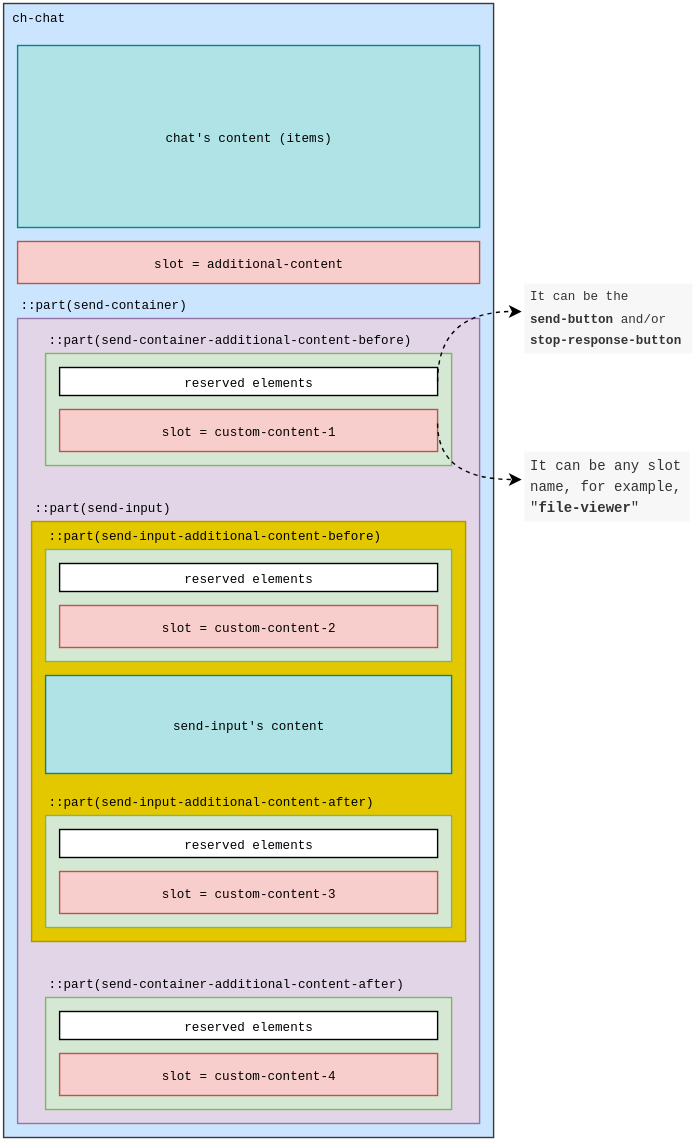
Before: src/components/chat/ch-chat-layout.svg, a diagram exported from draw.io (genexuslabs/chameleon-controls-library). Source tidied: cells renumbered, new cells last; positions are measured from the earlier drawing's top-left corner, leaving out a move shared by most shapes.
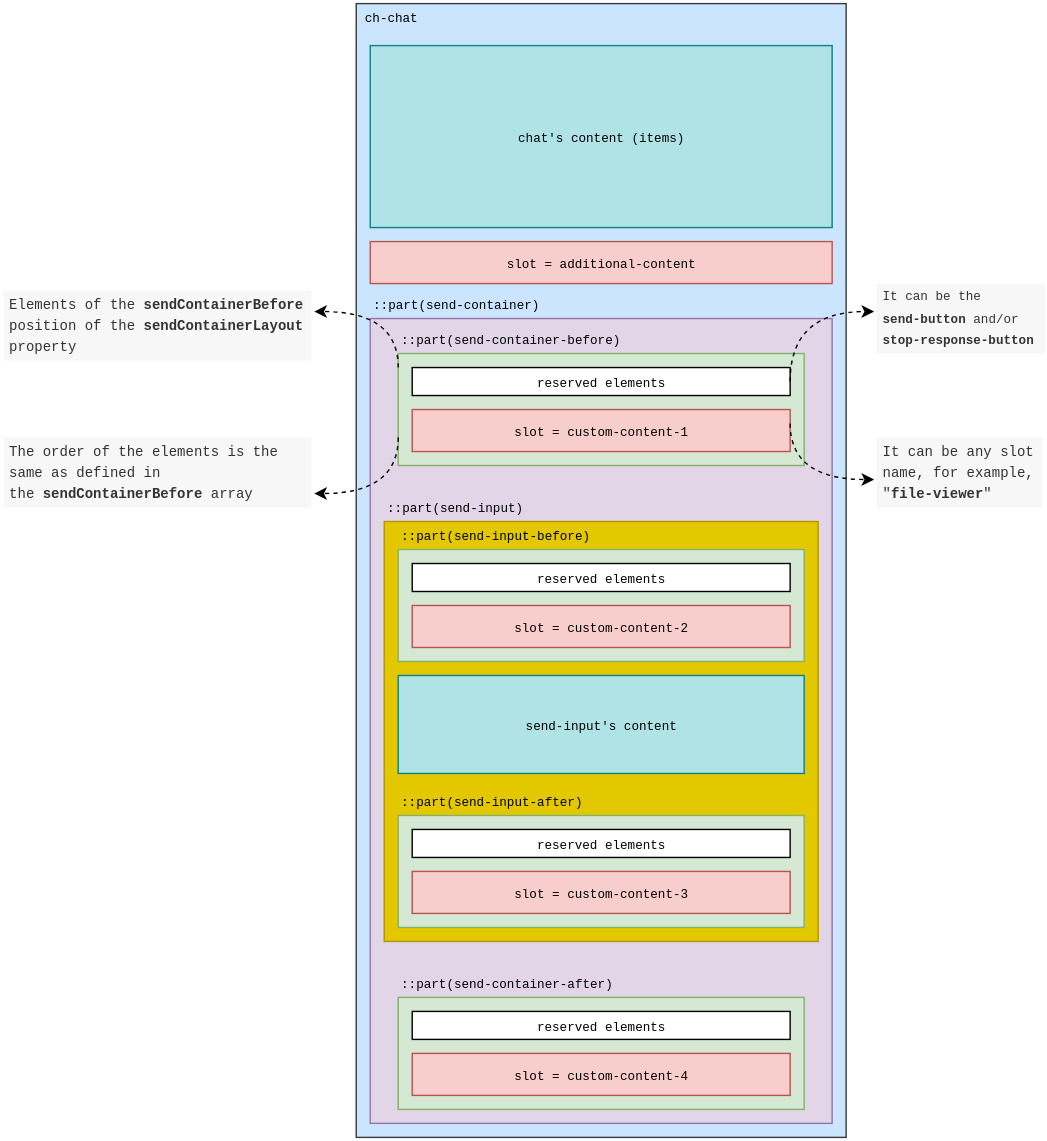
Later version of the same file.

Diff of the diagram source:
```diff
@@ -38,7 +38,7 @@
     <mxCell id="13" style="rounded=0;whiteSpace=wrap;html=1;fillColor=#d5e8d4;strokeColor=#82b366;" parent="12" vertex="1">
       <mxGeometry y="20" width="290" height="80" as="geometry" />
     </mxCell>
-    <mxCell id="14" value="&lt;font style=&quot;font-size: 9px;&quot; face=&quot;monospace&quot;&gt;::part(send-container-additional-content-before)&lt;/font&gt;" style="text;html=1;align=left;verticalAlign=middle;whiteSpace=wrap;rounded=0;fontSize=10;" parent="12" vertex="1">
+    <mxCell id="14" value="&lt;font style=&quot;font-size: 9px;&quot; face=&quot;monospace&quot;&gt;::part(send-container-before)&lt;/font&gt;" style="text;html=1;align=left;verticalAlign=middle;whiteSpace=wrap;rounded=0;fontSize=10;" parent="12" vertex="1">
       <mxGeometry width="270" height="20" as="geometry" />
     </mxCell>
     <mxCell id="15" style="rounded=0;whiteSpace=wrap;html=1;" parent="12" vertex="1">
@@ -59,7 +59,7 @@
     <mxCell id="20" style="rounded=0;whiteSpace=wrap;html=1;fillColor=#d5e8d4;strokeColor=#82b366;" parent="19" vertex="1">
       <mxGeometry y="20" width="290" height="80" as="geometry" />
     </mxCell>
-    <mxCell id="21" value="&lt;font style=&quot;font-size: 9px;&quot; face=&quot;monospace&quot;&gt;::part(send-input-additional-content-before)&lt;/font&gt;" style="text;html=1;align=left;verticalAlign=middle;whiteSpace=wrap;rounded=0;fontSize=10;" parent="19" vertex="1">
+    <mxCell id="21" value="&lt;font style=&quot;font-size: 9px;&quot; face=&quot;monospace&quot;&gt;::part(send-input-before)&lt;/font&gt;" style="text;html=1;align=left;verticalAlign=middle;whiteSpace=wrap;rounded=0;fontSize=10;" parent="19" vertex="1">
       <mxGeometry width="270" height="20" as="geometry" />
     </mxCell>
     <mxCell id="22" style="rounded=0;whiteSpace=wrap;html=1;" parent="19" vertex="1">
@@ -80,7 +80,7 @@
     <mxCell id="27" style="rounded=0;whiteSpace=wrap;html=1;fillColor=#d5e8d4;strokeColor=#82b366;" parent="26" vertex="1">
       <mxGeometry y="20" width="290" height="80" as="geometry" />
     </mxCell>
-    <mxCell id="28" value="&lt;font style=&quot;font-size: 9px;&quot; face=&quot;monospace&quot;&gt;::part(send-input-additional-content-after)&lt;/font&gt;" style="text;html=1;align=left;verticalAlign=middle;whiteSpace=wrap;rounded=0;fontSize=10;" parent="26" vertex="1">
+    <mxCell id="28" value="&lt;font style=&quot;font-size: 9px;&quot; face=&quot;monospace&quot;&gt;::part(send-input-after)&lt;/font&gt;" style="text;html=1;align=left;verticalAlign=middle;whiteSpace=wrap;rounded=0;fontSize=10;" parent="26" vertex="1">
       <mxGeometry width="270" height="20" as="geometry" />
     </mxCell>
     <mxCell id="29" style="rounded=0;whiteSpace=wrap;html=1;" parent="26" vertex="1">
@@ -101,7 +101,7 @@
     <mxCell id="34" style="rounded=0;whiteSpace=wrap;html=1;fillColor=#d5e8d4;strokeColor=#82b366;" parent="33" vertex="1">
       <mxGeometry y="20" width="290" height="80" as="geometry" />
     </mxCell>
-    <mxCell id="35" value="&lt;font style=&quot;font-size: 9px;&quot; face=&quot;monospace&quot;&gt;::part(send-container-additional-content-after)&lt;/font&gt;" style="text;html=1;align=left;verticalAlign=middle;whiteSpace=wrap;rounded=0;fontSize=10;" parent="33" vertex="1">
+    <mxCell id="35" value="&lt;font style=&quot;font-size: 9px;&quot; face=&quot;monospace&quot;&gt;::part(send-container-after)&lt;/font&gt;" style="text;html=1;align=left;verticalAlign=middle;whiteSpace=wrap;rounded=0;fontSize=10;" parent="33" vertex="1">
       <mxGeometry width="270" height="20" as="geometry" />
     </mxCell>
     <mxCell id="36" style="rounded=0;whiteSpace=wrap;html=1;" parent="33" vertex="1">
@@ -129,7 +129,7 @@
       </mxGeometry>
     </mxCell>
     <mxCell id="42" value="&lt;font size=&quot;1&quot; face=&quot;monospace&quot;&gt;It can be any slot name, for example,&lt;/font&gt;&lt;div&gt;&lt;font size=&quot;1&quot; face=&quot;monospace&quot;&gt;&quot;&lt;b&gt;file-viewer&lt;/b&gt;&quot;&lt;/font&gt;&lt;/div&gt;" style="text;html=1;align=left;verticalAlign=middle;whiteSpace=wrap;rounded=0;spacing=2;fillColor=#f5f5f5;fontColor=light-dark(#333333,#FFFFFF);strokeColor=none;spacingRight=2;spacingLeft=2;fillOpacity=80;spacingTop=-2;" parent="1" vertex="1">
-      <mxGeometry x="372" y="320" width="118" height="50" as="geometry" />
+      <mxGeometry x="372" y="310" width="118" height="50" as="geometry" />
     </mxCell>
     <mxCell id="43" style="curved=1;endArrow=classic;html=1;rounded=0;dashed=1;" parent="1" edge="1">
       <mxGeometry relative="1" as="geometry">
@@ -140,5 +140,29 @@
         </Array>
       </mxGeometry>
     </mxCell>
+    <mxCell id="44" style="curved=1;endArrow=classic;html=1;rounded=0;dashed=1;" parent="1" edge="1">
+      <mxGeometry relative="1" as="geometry">
+        <mxPoint x="30" y="260" as="sourcePoint" />
+        <mxPoint x="-30" y="220" as="targetPoint" />
+        <Array as="points">
+          <mxPoint x="30" y="220" />
+        </Array>
+      </mxGeometry>
+    </mxCell>
+    <mxCell id="45" value="&lt;font size=&quot;1&quot; face=&quot;monospace&quot;&gt;Elements of the&amp;nbsp;&lt;/font&gt;&lt;span style=&quot;font-family: monospace; font-size: x-small;&quot;&gt;&lt;b&gt;sendContainerBefore&lt;/b&gt; position of the &lt;b&gt;sendContainerLayout&lt;/b&gt; property&lt;/span&gt;" style="text;html=1;align=left;verticalAlign=middle;whiteSpace=wrap;rounded=0;spacing=2;fillColor=#f5f5f5;fontColor=light-dark(#333333,#FFFFFF);strokeColor=none;spacingRight=2;spacingLeft=2;fillOpacity=80;spacingTop=-2;" parent="1" vertex="1">
+      <mxGeometry x="-252" y="205" width="220" height="50" as="geometry" />
+    </mxCell>
+    <mxCell id="46" style="curved=1;endArrow=classic;html=1;rounded=0;dashed=1;" parent="1" edge="1">
+      <mxGeometry relative="1" as="geometry">
+        <mxPoint x="30" y="310" as="sourcePoint" />
+        <mxPoint x="-30" y="350" as="targetPoint" />
+        <Array as="points">
+          <mxPoint x="30" y="350" />
+        </Array>
+      </mxGeometry>
+    </mxCell>
+    <mxCell id="47" value="&lt;font size=&quot;1&quot; face=&quot;monospace&quot;&gt;The order of the elements is the same as defined in the&amp;nbsp;&lt;/font&gt;&lt;b style=&quot;font-family: monospace; font-size: x-small;&quot;&gt;sendContainerBefore &lt;/b&gt;&lt;span style=&quot;font-family: monospace; font-size: x-small;&quot;&gt;array&lt;/span&gt;" style="text;html=1;align=left;verticalAlign=middle;whiteSpace=wrap;rounded=0;spacing=2;fillColor=#f5f5f5;fontColor=light-dark(#333333,#FFFFFF);strokeColor=none;spacingRight=2;spacingLeft=2;fillOpacity=80;spacingTop=-2;" parent="1" vertex="1">
+      <mxGeometry x="-252" y="310" width="220" height="50" as="geometry" />
+    </mxCell>
   </root>
 </mxGraphModel>
```
